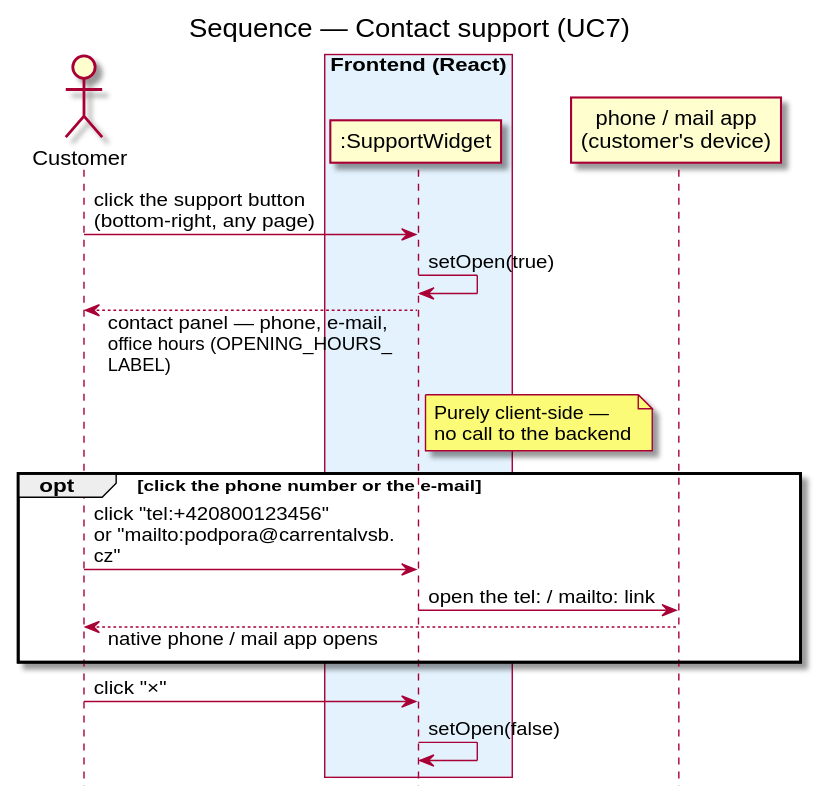
Earlier version of the PlantUML export docs/diagrams/sequence-contact-support.svg (DavidMagyarics/CarRentalVSB).
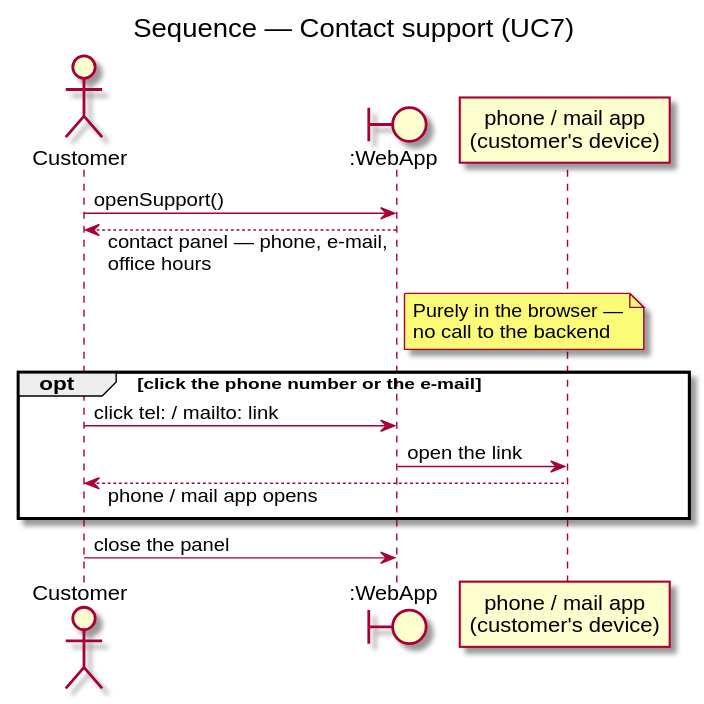
Later version of the same file.

Change to the diagram source:
```diff
@@ -1,30 +1,24 @@
 @startuml sequence-contact-support
 skinparam backgroundColor white
 skinparam responseMessageBelowArrow true
-skinparam maxMessageSize 220
-hide footbox
+skinparam maxMessageSize 260
 title Sequence — Contact support (UC7)
-
 actor Customer
-box "Frontend (React)" #E3F2FD
-  participant ":SupportWidget" as Widget
-end box
+boundary ":WebApp" as Web
 participant "phone / mail app\n(customer's device)" as Device
 
-Customer -> Widget : click the support button\n(bottom-right, any page)
-Widget -> Widget : setOpen(true)
-Widget --> Customer : contact panel — phone, e-mail,\noffice hours (OPENING_HOURS_LABEL)
-note right of Widget
-  Purely client-side —
+Customer -> Web : openSupport()
+Web --> Customer : contact panel — phone, e-mail,\noffice hours
+note right of Web
+  Purely in the browser —
   no call to the backend
 end note
 
 opt click the phone number or the e-mail
-  Customer -> Widget : click "tel:+420800123456"\nor "mailto:podpora@carrentalvsb.cz"
-  Widget -> Device : open the tel: / mailto: link
-  Device --> Customer : native phone / mail app opens
+  Customer -> Web : click tel: / mailto: link
+  Web -> Device : open the link
+  Device --> Customer : phone / mail app opens
 end
 
-Customer -> Widget : click "×"
-Widget -> Widget : setOpen(false)
+Customer -> Web : close the panel
 @enduml
```
